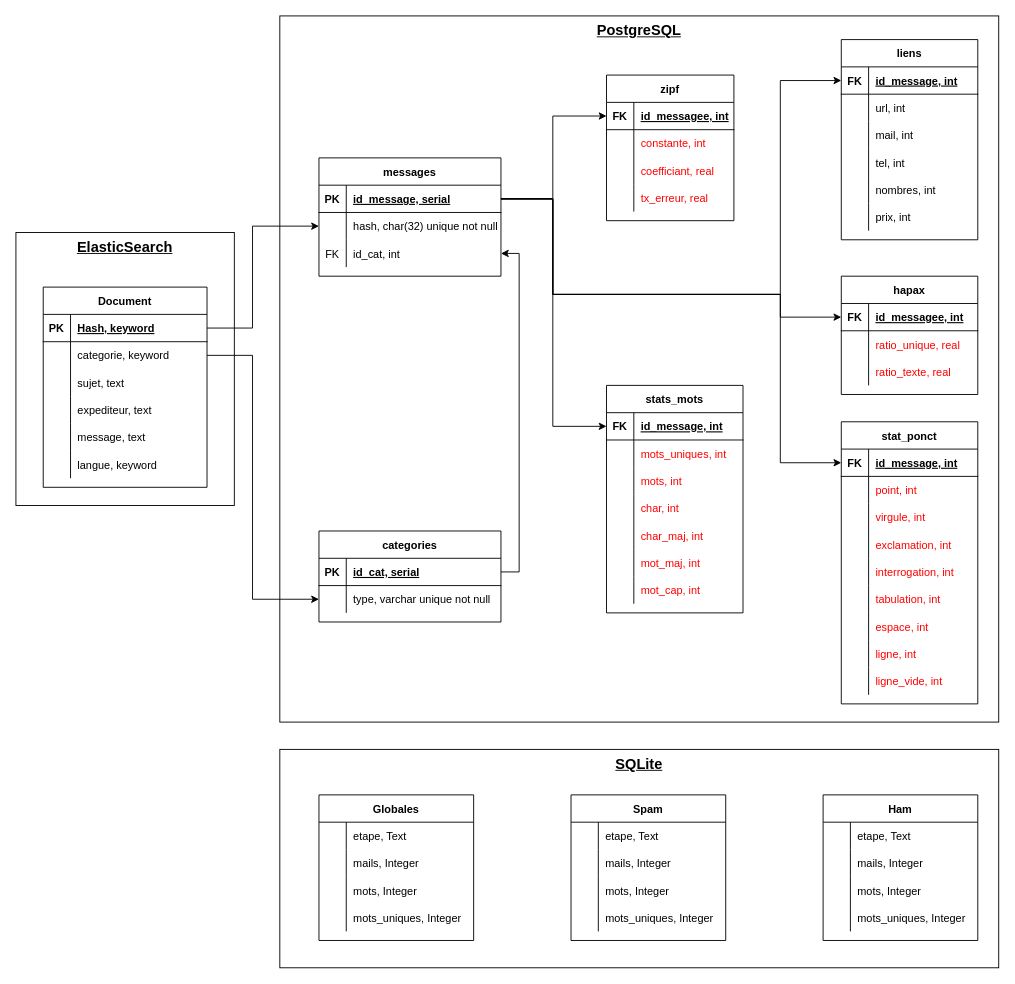
Earlier version of the draw.io diagram 03_Rapport/Schéma/Bdd_phase1.drawio (peredur0/mercury). Source tidied: cells renumbered, new cells numbered last; positions are measured from the earlier drawing's top-left corner, leaving out a move shared by most shapes. Both pictures are drawn from the tidied source at 91%, with x=0, y=0 at pixel (15, 15).
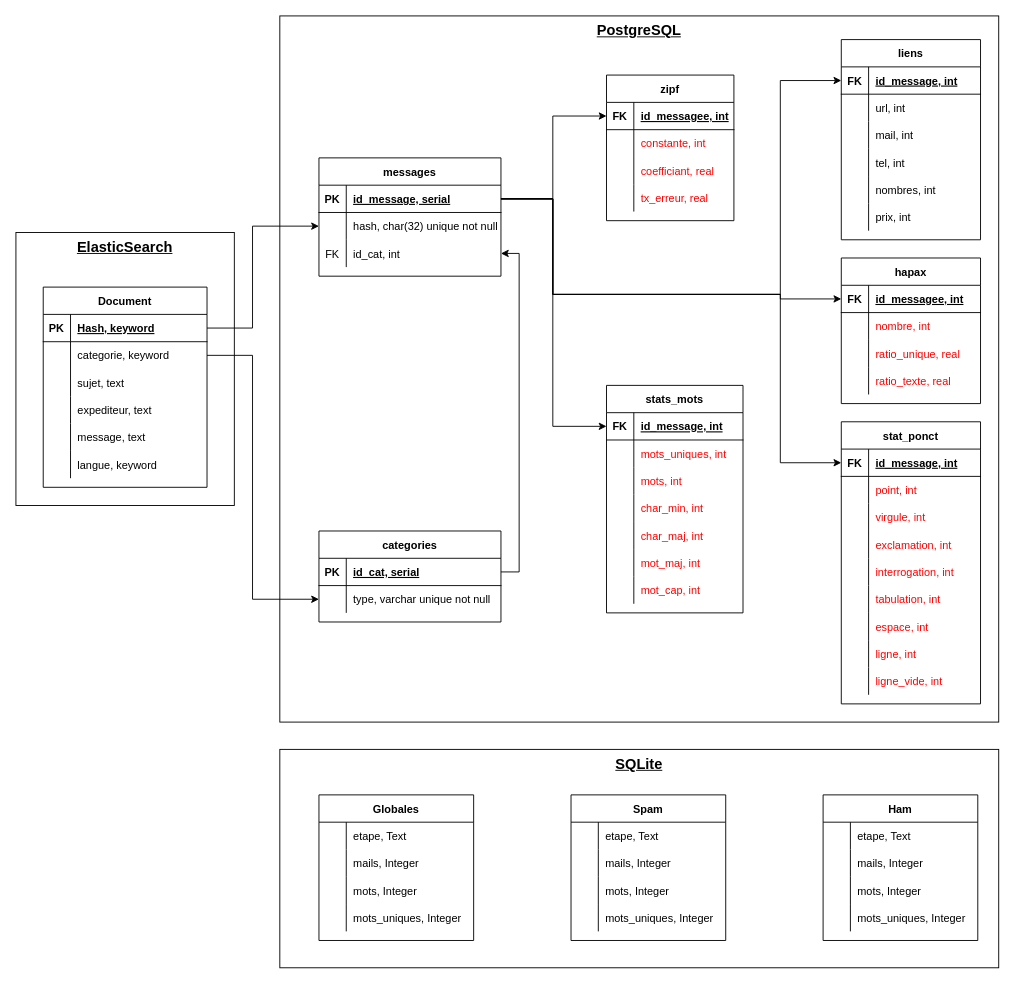
The same page after the edit.

The change refers to these unchanged cells:
```xml
<mxCell id="26" style="shape=tableRow;horizontal=0;startSize=0;swimlaneHead=0;swimlaneBody=0;fillColor=none;points=[[0,0.5],[1,0.5]];portConstraint=eastwest;top=0;left=0;right=0;bottom=1;" parent="25" vertex="1">
  <mxGeometry y="30" width="200" height="30" as="geometry" />
</mxCell>
<mxCell id="45" style="shape=tableRow;horizontal=0;startSize=0;swimlaneHead=0;swimlaneBody=0;fillColor=none;top=0;left=0;right=0;bottom=0;" parent="35" vertex="1">
  <mxGeometry y="120" width="150" height="30" as="geometry" />
</mxCell>
```

What changed in the source:
```diff
@@
-    <mxCell id="47" value="char, int   " style="shape=partialRectangle;fillColor=none;top=0;left=0;bottom=0;right=0;align=left;spacingLeft=6;overflow=hidden;fontColor=#FF0000;" parent="45" vertex="1">
+    <mxCell id="47" value="char_min, int   " style="shape=partialRectangle;fillColor=none;top=0;left=0;bottom=0;right=0;align=left;spacingLeft=6;overflow=hidden;fontColor=#FF0000;" parent="45" vertex="1">
       <mxGeometry x="30" width="120" height="30" as="geometry" />
     </mxCell>
@@
     <mxCell id="57" value="stat_ponct" style="shape=table;startSize=30;childLayout=tableLayout;rowLines=0;fontStyle=1;align=center;" parent="1" vertex="1">
-      <mxGeometry x="907" y="446" width="150" height="310" as="geometry" />
+      <mxGeometry x="907" y="446" width="153" height="310" as="geometry" />
     </mxCell>
     <mxCell id="58" style="shape=tableRow;horizontal=0;startSize=0;swimlaneHead=0;swimlaneBody=0;fillColor=none;points=[[0,0.5],[1,0.5]];portConstraint=eastwest;top=0;left=0;right=0;bottom=1;" parent="57" vertex="1">
-      <mxGeometry y="30" width="150" height="30" as="geometry" />
+      <mxGeometry y="30" width="153" height="30" as="geometry" />
     </mxCell>
@@
     <mxCell id="60" value="id_message, int" style="shape=partialRectangle;fillColor=none;top=0;left=0;bottom=0;right=0;align=left;spacingLeft=6;fontStyle=5;overflow=hidden;" parent="58" vertex="1">
-      <mxGeometry x="30" width="120" height="30" as="geometry" />
+      <mxGeometry x="30" width="123" height="30" as="geometry" />
     </mxCell>
     <mxCell id="61" style="shape=tableRow;horizontal=0;startSize=0;swimlaneHead=0;swimlaneBody=0;fillColor=none;top=0;left=0;right=0;bottom=0;" parent="57" vertex="1">
-      <mxGeometry y="60" width="150" height="30" as="geometry" />
+      <mxGeometry y="60" width="153" height="30" as="geometry" />
     </mxCell>
@@
     <mxCell id="63" value="point, int" style="shape=partialRectangle;fillColor=none;top=0;left=0;bottom=0;right=0;align=left;spacingLeft=6;overflow=hidden;fontColor=#FF0000;" parent="61" vertex="1">
-      <mxGeometry x="30" width="120" height="30" as="geometry" />
+      <mxGeometry x="30" width="123" height="30" as="geometry" />
     </mxCell>
     <mxCell id="64" style="shape=tableRow;horizontal=0;startSize=0;swimlaneHead=0;swimlaneBody=0;fillColor=none;top=0;left=0;right=0;bottom=0;" parent="57" vertex="1">
-      <mxGeometry y="90" width="150" height="30" as="geometry" />
+      <mxGeometry y="90" width="153" height="30" as="geometry" />
     </mxCell>
@@
     <mxCell id="66" value="virgule, int" style="shape=partialRectangle;fillColor=none;top=0;left=0;bottom=0;right=0;align=left;spacingLeft=6;overflow=hidden;fontColor=#FF0000;" parent="64" vertex="1">
-      <mxGeometry x="30" width="120" height="30" as="geometry" />
+      <mxGeometry x="30" width="123" height="30" as="geometry" />
     </mxCell>
     <mxCell id="67" style="shape=tableRow;horizontal=0;startSize=0;swimlaneHead=0;swimlaneBody=0;fillColor=none;top=0;left=0;right=0;bottom=0;" parent="57" vertex="1">
-      <mxGeometry y="120" width="150" height="30" as="geometry" />
+      <mxGeometry y="120" width="153" height="30" as="geometry" />
     </mxCell>
@@
     <mxCell id="69" value="exclamation, int" style="shape=partialRectangle;fillColor=none;top=0;left=0;bottom=0;right=0;align=left;spacingLeft=6;overflow=hidden;fontColor=#FF0000;" parent="67" vertex="1">
-      <mxGeometry x="30" width="120" height="30" as="geometry" />
+      <mxGeometry x="30" width="123" height="30" as="geometry" />
     </mxCell>
     <mxCell id="70" style="shape=tableRow;horizontal=0;startSize=0;swimlaneHead=0;swimlaneBody=0;fillColor=none;top=0;left=0;right=0;bottom=0;" parent="57" vertex="1">
-      <mxGeometry y="150" width="150" height="30" as="geometry" />
+      <mxGeometry y="150" width="153" height="30" as="geometry" />
     </mxCell>
@@
     <mxCell id="72" value="interrogation, int" style="shape=partialRectangle;fillColor=none;top=0;left=0;bottom=0;right=0;align=left;spacingLeft=6;overflow=hidden;fontColor=#FF0000;" parent="70" vertex="1">
-      <mxGeometry x="30" width="120" height="30" as="geometry" />
+      <mxGeometry x="30" width="123" height="30" as="geometry" />
     </mxCell>
     <mxCell id="73" style="shape=tableRow;horizontal=0;startSize=0;swimlaneHead=0;swimlaneBody=0;fillColor=none;top=0;left=0;right=0;bottom=0;" parent="57" vertex="1">
-      <mxGeometry y="180" width="150" height="30" as="geometry" />
+      <mxGeometry y="180" width="153" height="30" as="geometry" />
     </mxCell>
@@
     <mxCell id="75" value="tabulation, int" style="shape=partialRectangle;fillColor=none;top=0;left=0;bottom=0;right=0;align=left;spacingLeft=6;overflow=hidden;fontColor=#FF0000;" parent="73" vertex="1">
-      <mxGeometry x="30" width="120" height="30" as="geometry" />
+      <mxGeometry x="30" width="123" height="30" as="geometry" />
     </mxCell>
     <mxCell id="76" style="shape=tableRow;horizontal=0;startSize=0;swimlaneHead=0;swimlaneBody=0;fillColor=none;top=0;left=0;right=0;bottom=0;" parent="57" vertex="1">
-      <mxGeometry y="210" width="150" height="30" as="geometry" />
+      <mxGeometry y="210" width="153" height="30" as="geometry" />
     </mxCell>
@@
     <mxCell id="78" value="espace, int" style="shape=partialRectangle;fillColor=none;top=0;left=0;bottom=0;right=0;align=left;spacingLeft=6;overflow=hidden;fontColor=#FF0000;" parent="76" vertex="1">
-      <mxGeometry x="30" width="120" height="30" as="geometry" />
+      <mxGeometry x="30" width="123" height="30" as="geometry" />
     </mxCell>
     <mxCell id="79" style="shape=tableRow;horizontal=0;startSize=0;swimlaneHead=0;swimlaneBody=0;fillColor=none;top=0;left=0;right=0;bottom=0;" parent="57" vertex="1">
-      <mxGeometry y="240" width="150" height="30" as="geometry" />
+      <mxGeometry y="240" width="153" height="30" as="geometry" />
     </mxCell>
@@
     <mxCell id="81" value="ligne, int" style="shape=partialRectangle;fillColor=none;top=0;left=0;bottom=0;right=0;align=left;spacingLeft=6;overflow=hidden;fontColor=#FF0000;" parent="79" vertex="1">
-      <mxGeometry x="30" width="120" height="30" as="geometry" />
+      <mxGeometry x="30" width="123" height="30" as="geometry" />
     </mxCell>
     <mxCell id="82" style="shape=tableRow;horizontal=0;startSize=0;swimlaneHead=0;swimlaneBody=0;fillColor=none;top=0;left=0;right=0;bottom=0;" parent="57" vertex="1">
-      <mxGeometry y="270" width="150" height="30" as="geometry" />
+      <mxGeometry y="270" width="153" height="30" as="geometry" />
     </mxCell>
@@
     <mxCell id="84" value="ligne_vide, int" style="shape=partialRectangle;fillColor=none;top=0;left=0;bottom=0;right=0;align=left;spacingLeft=6;overflow=hidden;fontColor=#FF0000;" parent="82" vertex="1">
-      <mxGeometry x="30" width="120" height="30" as="geometry" />
+      <mxGeometry x="30" width="123" height="30" as="geometry" />
     </mxCell>
@@
-    <mxCell id="98" value="hapax" style="shape=table;startSize=30;childLayout=tableLayout;rowLines=0;fontStyle=1;align=center;" parent="1" vertex="1">
-      <mxGeometry x="907" y="286" width="150" height="130" as="geometry" />
-    </mxCell>
-    <mxCell id="99" style="shape=tableRow;horizontal=0;startSize=0;swimlaneHead=0;swimlaneBody=0;fillColor=none;points=[[0,0.5],[1,0.5]];portConstraint=eastwest;top=0;left=0;right=0;bottom=1;" parent="98" vertex="1">
-      <mxGeometry y="30" width="150" height="30" as="geometry" />
-    </mxCell>
-    <mxCell id="100" value="FK" style="shape=partialRectangle;fillColor=none;top=0;left=0;bottom=0;right=0;fontStyle=1;overflow=hidden;" parent="99" vertex="1">
-      <mxGeometry width="30" height="30" as="geometry" />
-    </mxCell>
-    <mxCell id="101" value="id_messagee, int" style="shape=partialRectangle;fillColor=none;top=0;left=0;bottom=0;right=0;align=left;spacingLeft=6;fontStyle=5;overflow=hidden;" parent="99" vertex="1">
-      <mxGeometry x="30" width="120" height="30" as="geometry" />
-    </mxCell>
-    <mxCell id="102" style="shape=tableRow;horizontal=0;startSize=0;swimlaneHead=0;swimlaneBody=0;fillColor=none;top=0;left=0;right=0;bottom=0;" parent="98" vertex="1">
-      <mxGeometry y="60" width="150" height="30" as="geometry" />
-    </mxCell>
-    <mxCell id="103" style="shape=partialRectangle;fillColor=none;top=0;left=0;bottom=0;right=0;overflow=hidden;" parent="102" vertex="1">
-      <mxGeometry width="30" height="30" as="geometry" />
-    </mxCell>
-    <mxCell id="104" value="ratio_unique, real" style="shape=partialRectangle;fillColor=none;top=0;left=0;bottom=0;right=0;align=left;spacingLeft=6;overflow=hidden;fontColor=#FF0000;" parent="102" vertex="1">
-      <mxGeometry x="30" width="120" height="30" as="geometry" />
-    </mxCell>
-    <mxCell id="105" style="shape=tableRow;horizontal=0;startSize=0;swimlaneHead=0;swimlaneBody=0;fillColor=none;top=0;left=0;right=0;bottom=0;" parent="98" vertex="1">
-      <mxGeometry y="90" width="150" height="30" as="geometry" />
-    </mxCell>
-    <mxCell id="106" style="shape=partialRectangle;fillColor=none;top=0;left=0;bottom=0;right=0;overflow=hidden;" parent="105" vertex="1">
-      <mxGeometry width="30" height="30" as="geometry" />
-    </mxCell>
-    <mxCell id="107" value="ratio_texte, real" style="shape=partialRectangle;fillColor=none;top=0;left=0;bottom=0;right=0;align=left;spacingLeft=6;overflow=hidden;fontColor=#FF0000;" parent="105" vertex="1">
-      <mxGeometry x="30" width="120" height="30" as="geometry" />
-    </mxCell>
@@
     <mxCell id="115" value="liens" style="shape=table;startSize=30;childLayout=tableLayout;rowLines=0;fontStyle=1;align=center;" parent="1" vertex="1">
-      <mxGeometry x="907" y="26" width="150" height="220" as="geometry" />
+      <mxGeometry x="907" y="26" width="153" height="220" as="geometry" />
     </mxCell>
     <mxCell id="116" style="shape=tableRow;horizontal=0;startSize=0;swimlaneHead=0;swimlaneBody=0;fillColor=none;points=[[0,0.5],[1,0.5]];portConstraint=eastwest;top=0;left=0;right=0;bottom=1;" parent="115" vertex="1">
-      <mxGeometry y="30" width="150" height="30" as="geometry" />
+      <mxGeometry y="30" width="153" height="30" as="geometry" />
     </mxCell>
@@
     <mxCell id="118" value="id_message, int" style="shape=partialRectangle;fillColor=none;top=0;left=0;bottom=0;right=0;align=left;spacingLeft=6;fontStyle=5;overflow=hidden;" parent="116" vertex="1">
-      <mxGeometry x="30" width="120" height="30" as="geometry" />
+      <mxGeometry x="30" width="123" height="30" as="geometry" />
     </mxCell>
     <mxCell id="119" style="shape=tableRow;horizontal=0;startSize=0;swimlaneHead=0;swimlaneBody=0;fillColor=none;top=0;left=0;right=0;bottom=0;" parent="115" vertex="1">
-      <mxGeometry y="60" width="150" height="30" as="geometry" />
+      <mxGeometry y="60" width="153" height="30" as="geometry" />
     </mxCell>
@@
     <mxCell id="121" value="url, int " style="shape=partialRectangle;fillColor=none;top=0;left=0;bottom=0;right=0;align=left;spacingLeft=6;overflow=hidden;" parent="119" vertex="1">
-      <mxGeometry x="30" width="120" height="30" as="geometry" />
+      <mxGeometry x="30" width="123" height="30" as="geometry" />
     </mxCell>
     <mxCell id="122" style="shape=tableRow;horizontal=0;startSize=0;swimlaneHead=0;swimlaneBody=0;fillColor=none;top=0;left=0;right=0;bottom=0;" parent="115" vertex="1">
-      <mxGeometry y="90" width="150" height="30" as="geometry" />
+      <mxGeometry y="90" width="153" height="30" as="geometry" />
     </mxCell>
@@
     <mxCell id="124" value="mail, int" style="shape=partialRectangle;fillColor=none;top=0;left=0;bottom=0;right=0;align=left;spacingLeft=6;overflow=hidden;" parent="122" vertex="1">
-      <mxGeometry x="30" width="120" height="30" as="geometry" />
+      <mxGeometry x="30" width="123" height="30" as="geometry" />
     </mxCell>
     <mxCell id="125" style="shape=tableRow;horizontal=0;startSize=0;swimlaneHead=0;swimlaneBody=0;fillColor=none;top=0;left=0;right=0;bottom=0;" parent="115" vertex="1">
-      <mxGeometry y="120" width="150" height="30" as="geometry" />
+      <mxGeometry y="120" width="153" height="30" as="geometry" />
     </mxCell>
@@
     <mxCell id="127" value="tel, int" style="shape=partialRectangle;fillColor=none;top=0;left=0;bottom=0;right=0;align=left;spacingLeft=6;overflow=hidden;" parent="125" vertex="1">
-      <mxGeometry x="30" width="120" height="30" as="geometry" />
+      <mxGeometry x="30" width="123" height="30" as="geometry" />
     </mxCell>
     <mxCell id="128" style="shape=tableRow;horizontal=0;startSize=0;swimlaneHead=0;swimlaneBody=0;fillColor=none;top=0;left=0;right=0;bottom=0;" parent="115" vertex="1">
-      <mxGeometry y="150" width="150" height="30" as="geometry" />
+      <mxGeometry y="150" width="153" height="30" as="geometry" />
     </mxCell>
@@
     <mxCell id="130" value="nombres, int" style="shape=partialRectangle;fillColor=none;top=0;left=0;bottom=0;right=0;align=left;spacingLeft=6;overflow=hidden;" parent="128" vertex="1">
-      <mxGeometry x="30" width="120" height="30" as="geometry" />
+      <mxGeometry x="30" width="123" height="30" as="geometry" />
     </mxCell>
     <mxCell id="131" style="shape=tableRow;horizontal=0;startSize=0;swimlaneHead=0;swimlaneBody=0;fillColor=none;top=0;left=0;right=0;bottom=0;" parent="115" vertex="1">
-      <mxGeometry y="180" width="150" height="30" as="geometry" />
+      <mxGeometry y="180" width="153" height="30" as="geometry" />
     </mxCell>
@@
     <mxCell id="133" value="prix, int" style="shape=partialRectangle;fillColor=none;top=0;left=0;bottom=0;right=0;align=left;spacingLeft=6;overflow=hidden;" parent="131" vertex="1">
-      <mxGeometry x="30" width="120" height="30" as="geometry" />
+      <mxGeometry x="30" width="123" height="30" as="geometry" />
     </mxCell>
@@
-    <mxCell id="139" style="edgeStyle=orthogonalEdgeStyle;rounded=0;jettySize=auto;html=1;exitX=1;exitY=0.5;exitDx=0;exitDy=0;entryX=0;entryY=0.5;entryDx=0;entryDy=0;fontSize=16;fontColor=#FF0000;" parent="1" edge="1" source="26" target="99">
+    <mxCell id="139" style="edgeStyle=orthogonalEdgeStyle;rounded=0;jettySize=auto;html=1;exitX=1;exitY=0.5;exitDx=0;exitDy=0;entryX=0;entryY=0.5;entryDx=0;entryDy=0;fontSize=16;fontColor=#FF0000;" parent="1" edge="1" source="26" target="181">
       <mxGeometry relative="1" as="geometry">
         <Array as="points">
           <mxPoint x="590" y="201" />
           <mxPoint x="590" y="306" />
           <mxPoint x="840" y="306" />
-          <mxPoint x="840" y="331" />
+          <mxPoint x="840" y="311" />
         </Array>
       </mxGeometry>
     </mxCell>
@@
+    <mxCell id="98" value="hapax" style="shape=table;startSize=30;childLayout=tableLayout;rowLines=0;fontStyle=1;align=center;" parent="1" vertex="1">
+      <mxGeometry x="907" y="266" width="153" height="160" as="geometry" />
+    </mxCell>
+    <mxCell id="181" style="shape=tableRow;horizontal=0;startSize=0;swimlaneHead=0;swimlaneBody=0;fillColor=none;points=[[0,0.5],[1,0.5]];portConstraint=eastwest;top=0;left=0;right=0;bottom=1;" parent="98" vertex="1">
+      <mxGeometry y="30" width="153" height="30" as="geometry" />
+    </mxCell>
+    <mxCell id="100" value="FK" style="shape=partialRectangle;fillColor=none;top=0;left=0;bottom=0;right=0;fontStyle=1;overflow=hidden;" parent="181" vertex="1">
+      <mxGeometry width="30" height="30" as="geometry" />
+    </mxCell>
+    <mxCell id="101" value="id_messagee, int" style="shape=partialRectangle;fillColor=none;top=0;left=0;bottom=0;right=0;align=left;spacingLeft=6;fontStyle=5;overflow=hidden;" parent="181" vertex="1">
+      <mxGeometry x="30" width="123" height="30" as="geometry" />
+    </mxCell>
+    <mxCell id="182" style="shape=tableRow;horizontal=0;startSize=0;swimlaneHead=0;swimlaneBody=0;fillColor=none;top=0;left=0;right=0;bottom=0;" parent="98" vertex="1">
+      <mxGeometry y="60" width="153" height="30" as="geometry" />
+    </mxCell>
+    <mxCell id="183" style="shape=partialRectangle;fillColor=none;top=0;left=0;bottom=0;right=0;overflow=hidden;" parent="182" vertex="1">
+      <mxGeometry width="30" height="30" as="geometry" />
+    </mxCell>
+    <mxCell id="184" value="nombre, int" style="shape=partialRectangle;fillColor=none;top=0;left=0;bottom=0;right=0;align=left;spacingLeft=6;overflow=hidden;fontColor=#FF0000;" parent="182" vertex="1">
+      <mxGeometry x="30" width="123" height="30" as="geometry" />
+    </mxCell>
+    <mxCell id="185" style="shape=tableRow;horizontal=0;startSize=0;swimlaneHead=0;swimlaneBody=0;fillColor=none;top=0;left=0;right=0;bottom=0;" parent="98" vertex="1">
+      <mxGeometry y="90" width="153" height="30" as="geometry" />
+    </mxCell>
+    <mxCell id="186" style="shape=partialRectangle;fillColor=none;top=0;left=0;bottom=0;right=0;overflow=hidden;" parent="185" vertex="1">
+      <mxGeometry width="30" height="30" as="geometry" />
+    </mxCell>
+    <mxCell id="104" value="ratio_unique, real" style="shape=partialRectangle;fillColor=none;top=0;left=0;bottom=0;right=0;align=left;spacingLeft=6;overflow=hidden;fontColor=#FF0000;" parent="185" vertex="1">
+      <mxGeometry x="30" width="123" height="30" as="geometry" />
+    </mxCell>
+    <mxCell id="187" style="shape=tableRow;horizontal=0;startSize=0;swimlaneHead=0;swimlaneBody=0;fillColor=none;top=0;left=0;right=0;bottom=0;" parent="98" vertex="1">
+      <mxGeometry y="120" width="153" height="30" as="geometry" />
+    </mxCell>
+    <mxCell id="188" style="shape=partialRectangle;fillColor=none;top=0;left=0;bottom=0;right=0;overflow=hidden;" parent="187" vertex="1">
+      <mxGeometry width="30" height="30" as="geometry" />
+    </mxCell>
+    <mxCell id="107" value="ratio_texte, real" style="shape=partialRectangle;fillColor=none;top=0;left=0;bottom=0;right=0;align=left;spacingLeft=6;overflow=hidden;fontColor=#FF0000;" parent="187" vertex="1">
+      <mxGeometry x="30" width="123" height="30" as="geometry" />
+    </mxCell>
```
